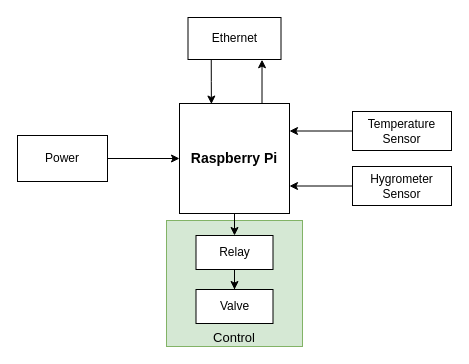
The draw.io diagram diagrams/Hardware_Flowchart.drawio in timoothee/Irrigation_Project, before the edit. Source tidied: cells renumbered, new cells numbered last; positions are measured from the earlier drawing's top-left corner, leaving out a move shared by most shapes. Both pictures are drawn from the tidied source at 100%, with x=0, y=0 at pixel (17, 17).
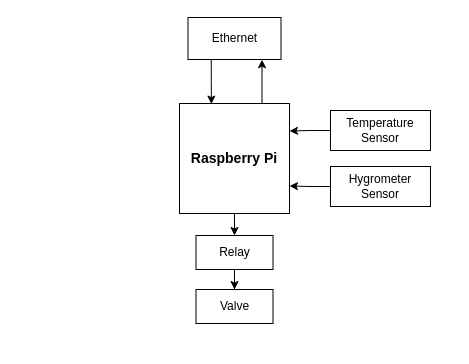
After the change.

Commit message:
Add hardware diagram

The edit, as a diff of the source:
```diff
@@
 <mxGraphModel>
   <root>
     <mxCell id="0" />
     <mxCell id="1" parent="0" />
-    <mxCell id="2" value="&lt;div style=&quot;font-size: 13px;&quot;&gt;&lt;span style=&quot;background-color: initial;&quot;&gt;&lt;font style=&quot;font-size: 13px;&quot;&gt;&lt;br&gt;&lt;/font&gt;&lt;/span&gt;&lt;/div&gt;&lt;div style=&quot;font-size: 13px;&quot;&gt;&lt;span style=&quot;background-color: initial;&quot;&gt;&lt;font style=&quot;font-size: 13px;&quot;&gt;&lt;br&gt;&lt;/font&gt;&lt;/span&gt;&lt;/div&gt;&lt;div style=&quot;font-size: 13px;&quot;&gt;&lt;span style=&quot;background-color: initial;&quot;&gt;&lt;font style=&quot;font-size: 13px;&quot;&gt;&lt;br&gt;&lt;/font&gt;&lt;/span&gt;&lt;/div&gt;&lt;div style=&quot;font-size: 13px;&quot;&gt;&lt;span style=&quot;background-color: initial;&quot;&gt;&lt;font style=&quot;font-size: 13px;&quot;&gt;&lt;br&gt;&lt;/font&gt;&lt;/span&gt;&lt;/div&gt;&lt;div style=&quot;font-size: 13px;&quot;&gt;&lt;span style=&quot;background-color: initial;&quot;&gt;&lt;font style=&quot;font-size: 13px;&quot;&gt;&lt;br&gt;&lt;/font&gt;&lt;/span&gt;&lt;/div&gt;&lt;div style=&quot;font-size: 13px;&quot;&gt;&lt;span style=&quot;background-color: initial;&quot;&gt;&lt;font style=&quot;font-size: 13px;&quot;&gt;&lt;br&gt;&lt;/font&gt;&lt;/span&gt;&lt;/div&gt;&lt;div style=&quot;font-size: 13px;&quot;&gt;&lt;br&gt;&lt;/div&gt;&lt;div style=&quot;font-size: 13px;&quot;&gt;&lt;span style=&quot;background-color: initial;&quot;&gt;&lt;font style=&quot;font-size: 13px;&quot;&gt;Control&lt;/font&gt;&lt;/span&gt;&lt;/div&gt;" style="rounded=0;whiteSpace=wrap;html=1;fillColor=#d5e8d4;strokeColor=#82b366;align=center;" parent="1" vertex="1">
-      <mxGeometry x="149" y="203" width="136" height="126" as="geometry" />
-    </mxCell>
     <mxCell id="3" style="edgeStyle=orthogonalEdgeStyle;rounded=0;jettySize=auto;html=1;exitX=0.5;exitY=1;exitDx=0;exitDy=0;entryX=0.5;entryY=0;entryDx=0;entryDy=0;" parent="1" edge="1" source="4" target="11">
       <mxGeometry relative="1" as="geometry" />
     </mxCell>
     <mxCell id="4" value="&lt;b&gt;&lt;font style=&quot;font-size: 14px;&quot;&gt;Raspberry Pi&lt;/font&gt;&lt;/b&gt;" style="whiteSpace=wrap;html=1;" parent="1" vertex="1">
       <mxGeometry x="162" y="86" width="110" height="110" as="geometry" />
     </mxCell>
+    <mxCell id="15" style="edgeStyle=orthogonalEdgeStyle;rounded=0;jettySize=auto;html=1;exitX=0;exitY=0.5;exitDx=0;exitDy=0;entryX=1;entryY=0.25;entryDx=0;entryDy=0;" parent="1" edge="1" source="5" target="4">
+      <mxGeometry relative="1" as="geometry" />
+    </mxCell>
     <mxCell id="5" value="Temperature&lt;br&gt;Sensor" style="rounded=0;whiteSpace=wrap;html=1;" parent="1" vertex="1">
-      <mxGeometry x="335" y="94" width="99" height="39" as="geometry" />
+      <mxGeometry x="313" y="93" width="100" height="40" as="geometry" />
     </mxCell>
     <mxCell id="6" style="edgeStyle=orthogonalEdgeStyle;rounded=0;jettySize=auto;html=1;exitX=0;exitY=0.5;exitDx=0;exitDy=0;entryX=1;entryY=0.75;entryDx=0;entryDy=0;" parent="1" edge="1" source="16" target="4">
       <mxGeometry relative="1" as="geometry" />
     </mxCell>
+    <mxCell id="16" value="Hygrometer&lt;br&gt;Sensor" style="rounded=0;whiteSpace=wrap;html=1;" parent="1" vertex="1">
+      <mxGeometry x="313" y="149" width="100" height="40" as="geometry" />
+    </mxCell>
     <mxCell id="7" value="Ethernet" style="rounded=0;whiteSpace=wrap;html=1;" parent="1" vertex="1">
       <mxGeometry x="170.5" width="93" height="42" as="geometry" />
     </mxCell>
     <mxCell id="8" style="edgeStyle=orthogonalEdgeStyle;rounded=0;jettySize=auto;html=1;exitX=0.25;exitY=1;exitDx=0;exitDy=0;entryX=0.29;entryY=0.005;entryDx=0;entryDy=0;entryPerimeter=0;" parent="1" edge="1" source="7" target="4">
       <mxGeometry relative="1" as="geometry" />
     </mxCell>
     <mxCell id="9" style="edgeStyle=orthogonalEdgeStyle;rounded=0;jettySize=auto;html=1;exitX=0.75;exitY=0;exitDx=0;exitDy=0;entryX=0.796;entryY=1.005;entryDx=0;entryDy=0;entryPerimeter=0;" parent="1" edge="1" source="4" target="7">
       <mxGeometry relative="1" as="geometry" />
     </mxCell>
     <mxCell id="10" style="edgeStyle=orthogonalEdgeStyle;rounded=0;jettySize=auto;html=1;exitX=0.5;exitY=1;exitDx=0;exitDy=0;" parent="1" edge="1" source="11" target="12">
       <mxGeometry relative="1" as="geometry" />
     </mxCell>
     <mxCell id="11" value="Relay" style="rounded=0;whiteSpace=wrap;html=1;" parent="1" vertex="1">
       <mxGeometry x="178.5" y="218" width="77" height="34" as="geometry" />
     </mxCell>
     <mxCell id="12" value="Valve" style="rounded=0;whiteSpace=wrap;html=1;" parent="1" vertex="1">
       <mxGeometry x="178.5" y="272" width="77" height="34" as="geometry" />
     </mxCell>
-    <mxCell id="13" style="edgeStyle=orthogonalEdgeStyle;rounded=0;jettySize=auto;html=1;exitX=1;exitY=0.5;exitDx=0;exitDy=0;entryX=0;entryY=0.5;entryDx=0;entryDy=0;" parent="1" edge="1" source="14" target="4">
-      <mxGeometry relative="1" as="geometry" />
-    </mxCell>
-    <mxCell id="14" value="Power" style="rounded=0;whiteSpace=wrap;html=1;" parent="1" vertex="1">
-      <mxGeometry y="118" width="90" height="46" as="geometry" />
-    </mxCell>
-    <mxCell id="15" style="edgeStyle=orthogonalEdgeStyle;rounded=0;jettySize=auto;html=1;exitX=0;exitY=0.5;exitDx=0;exitDy=0;entryX=1;entryY=0.25;entryDx=0;entryDy=0;" parent="1" edge="1" source="5" target="4">
-      <mxGeometry relative="1" as="geometry" />
-    </mxCell>
-    <mxCell id="16" value="Hygrometer&lt;br&gt;Sensor" style="rounded=0;whiteSpace=wrap;html=1;" parent="1" vertex="1">
-      <mxGeometry x="335" y="149" width="99" height="39" as="geometry" />
-    </mxCell>
   </root>
 </mxGraphModel>
```
